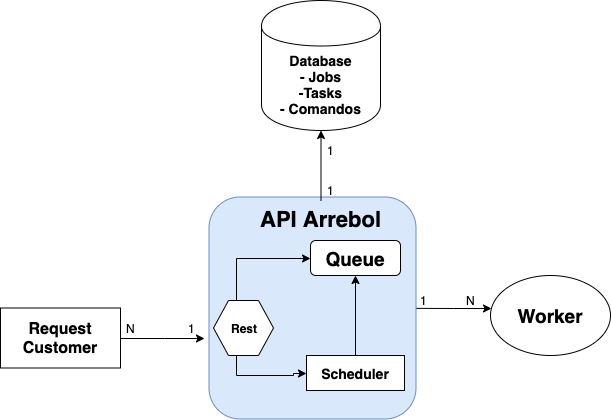
Earlier version of the draw.io export data_readme/PcFluxo.png (Mainara/pc-projeto). Source tidied: cells renumbered, new cells last; positions are measured from the earlier drawing's top-left corner, leaving out a move shared by most shapes. Source of this version:
```xml
<mxGraphModel>
  <root>
    <mxCell id="0" />
    <mxCell id="1" parent="0" />
    <mxCell id="2" style="edgeStyle=orthogonalEdgeStyle;rounded=0;jettySize=auto;html=1;entryX=0.008;entryY=0.413;entryDx=0;entryDy=0;entryPerimeter=0;" parent="1" edge="1" source="3" target="6">
      <mxGeometry relative="1" as="geometry" />
    </mxCell>
    <mxCell id="3" style="rounded=1;whiteSpace=wrap;html=1;rotation=90;fillColor=#dae8fc;strokeColor=#6c8ebf;" parent="1" vertex="1">
      <mxGeometry x="201" y="204" width="222" height="207" as="geometry" />
    </mxCell>
    <mxCell id="4" style="edgeStyle=orthogonalEdgeStyle;rounded=0;jettySize=auto;html=1;" parent="1" edge="1" source="5" target="8">
      <mxGeometry relative="1" as="geometry" />
    </mxCell>
    <mxCell id="5" value="&lt;b&gt;&lt;font style=&quot;font-size: 14px&quot;&gt;Scheduler&lt;/font&gt;&lt;/b&gt;" style="rounded=0;whiteSpace=wrap;html=1;align=center;" parent="1" vertex="1">
      <mxGeometry x="306" y="355" width="98" height="35" as="geometry" />
    </mxCell>
    <mxCell id="6" value="&lt;b&gt;&lt;font style=&quot;font-size: 19px&quot;&gt;Worker&lt;/font&gt;&lt;/b&gt;" style="ellipse;whiteSpace=wrap;html=1;" parent="1" vertex="1">
      <mxGeometry x="490" y="275" width="120" height="80" as="geometry" />
    </mxCell>
    <mxCell id="7" value="&lt;b style=&quot;font-size: 14px&quot;&gt;Database&lt;br&gt;- Jobs&lt;br&gt;-Tasks&lt;br&gt;- Comandos&lt;/b&gt;" style="shape=cylinder;whiteSpace=wrap;html=1;boundedLbl=1;backgroundOutline=1;" parent="1" vertex="1">
      <mxGeometry x="261" width="119" height="130" as="geometry" />
    </mxCell>
    <mxCell id="8" value="&lt;b&gt;&lt;font style=&quot;font-size: 19px&quot;&gt;Queue&lt;/font&gt;&lt;/b&gt;" style="rounded=1;whiteSpace=wrap;html=1;" parent="1" vertex="1">
      <mxGeometry x="310" y="240" width="90" height="35" as="geometry" />
    </mxCell>
    <mxCell id="9" style="edgeStyle=orthogonalEdgeStyle;rounded=0;jettySize=auto;html=1;entryX=0.637;entryY=1.022;entryDx=0;entryDy=0;entryPerimeter=0;" parent="1" edge="1" source="10" target="3">
      <mxGeometry relative="1" as="geometry" />
    </mxCell>
    <mxCell id="10" value="&lt;b&gt;&lt;font style=&quot;font-size: 16px&quot;&gt;Request Customer&lt;/font&gt;&lt;/b&gt;" style="rounded=0;whiteSpace=wrap;html=1;" parent="1" vertex="1">
      <mxGeometry y="307.5" width="120" height="60" as="geometry" />
    </mxCell>
    <mxCell id="11" style="edgeStyle=orthogonalEdgeStyle;rounded=0;jettySize=auto;html=1;" parent="1" edge="1" source="12" target="7">
      <mxGeometry relative="1" as="geometry" />
    </mxCell>
    <mxCell id="12" value="&lt;b&gt;&lt;font style=&quot;font-size: 22px&quot;&gt;API&amp;nbsp;Arrebol&lt;/font&gt;&lt;/b&gt;" style="text;html=1;align=center;" parent="1" vertex="1">
      <mxGeometry x="261" y="200" width="119" height="30" as="geometry" />
    </mxCell>
    <mxCell id="13" style="edgeStyle=orthogonalEdgeStyle;rounded=0;jettySize=auto;html=1;exitX=0.375;exitY=0;exitDx=0;exitDy=0;entryX=0;entryY=0.5;entryDx=0;entryDy=0;" parent="1" edge="1" source="15" target="8">
      <mxGeometry relative="1" as="geometry" />
    </mxCell>
    <mxCell id="14" style="edgeStyle=orthogonalEdgeStyle;rounded=0;jettySize=auto;html=1;exitX=0.375;exitY=1;exitDx=0;exitDy=0;entryX=0;entryY=0.5;entryDx=0;entryDy=0;" parent="1" edge="1" source="15" target="5">
      <mxGeometry relative="1" as="geometry" />
    </mxCell>
    <mxCell id="15" value="&lt;b&gt;Rest&lt;/b&gt;" style="shape=hexagon;perimeter=hexagonPerimeter2;whiteSpace=wrap;html=1;" parent="1" vertex="1">
      <mxGeometry x="213" y="300" width="60" height="55" as="geometry" />
    </mxCell>
    <mxCell id="16" value="1" style="text;html=1;align=center;verticalAlign=middle;" parent="1" vertex="1">
      <mxGeometry x="320.5" y="140" width="20" height="20" as="geometry" />
    </mxCell>
    <mxCell id="17" value="1" style="text;html=1;align=center;verticalAlign=middle;" parent="1" vertex="1">
      <mxGeometry x="320.5" y="180" width="20" height="20" as="geometry" />
    </mxCell>
    <mxCell id="18" value="1" style="text;html=1;align=center;verticalAlign=middle;" parent="1" vertex="1">
      <mxGeometry x="413" y="290" width="20" height="20" as="geometry" />
    </mxCell>
    <mxCell id="19" value="N" style="text;html=1;align=center;verticalAlign=middle;" parent="1" vertex="1">
      <mxGeometry x="460" y="290" width="20" height="20" as="geometry" />
    </mxCell>
    <mxCell id="20" value="N" style="text;html=1;align=center;verticalAlign=middle;" parent="1" vertex="1">
      <mxGeometry x="120" y="317.5" width="20" height="20" as="geometry" />
    </mxCell>
    <mxCell id="21" value="1" style="text;html=1;align=center;verticalAlign=middle;" parent="1" vertex="1">
      <mxGeometry x="181" y="317.5" width="20" height="20" as="geometry" />
    </mxCell>
  </root>
</mxGraphModel>
```
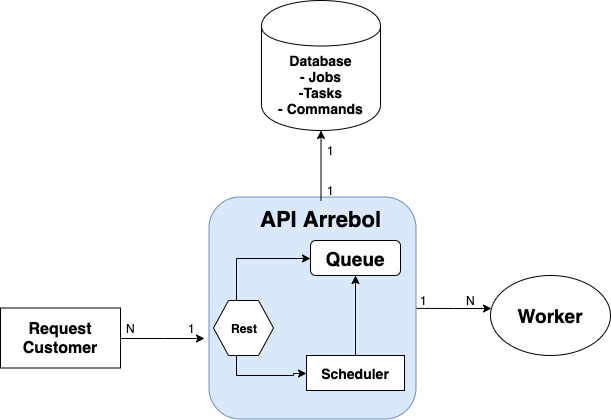
The same diagram one commit later.

Commit message:
Alter img

Diff of the diagram source:
```diff
@@ -17,7 +17,7 @@
     <mxCell id="6" value="&lt;b&gt;&lt;font style=&quot;font-size: 19px&quot;&gt;Worker&lt;/font&gt;&lt;/b&gt;" style="ellipse;whiteSpace=wrap;html=1;" parent="1" vertex="1">
       <mxGeometry x="490" y="275" width="120" height="80" as="geometry" />
     </mxCell>
-    <mxCell id="7" value="&lt;b style=&quot;font-size: 14px&quot;&gt;Database&lt;br&gt;- Jobs&lt;br&gt;-Tasks&lt;br&gt;- Comandos&lt;/b&gt;" style="shape=cylinder;whiteSpace=wrap;html=1;boundedLbl=1;backgroundOutline=1;" parent="1" vertex="1">
+    <mxCell id="7" value="&lt;b style=&quot;font-size: 14px&quot;&gt;Database&lt;br&gt;- Jobs&lt;br&gt;-Tasks&lt;br&gt;- C&lt;/b&gt;&lt;span style=&quot;font-size: 14px&quot;&gt;&lt;b&gt;ommands&lt;/b&gt;&lt;/span&gt;" style="shape=cylinder;whiteSpace=wrap;html=1;boundedLbl=1;backgroundOutline=1;" parent="1" vertex="1">
       <mxGeometry x="261" width="119" height="130" as="geometry" />
     </mxCell>
     <mxCell id="8" value="&lt;b&gt;&lt;font style=&quot;font-size: 19px&quot;&gt;Queue&lt;/font&gt;&lt;/b&gt;" style="rounded=1;whiteSpace=wrap;html=1;" parent="1" vertex="1">
```
